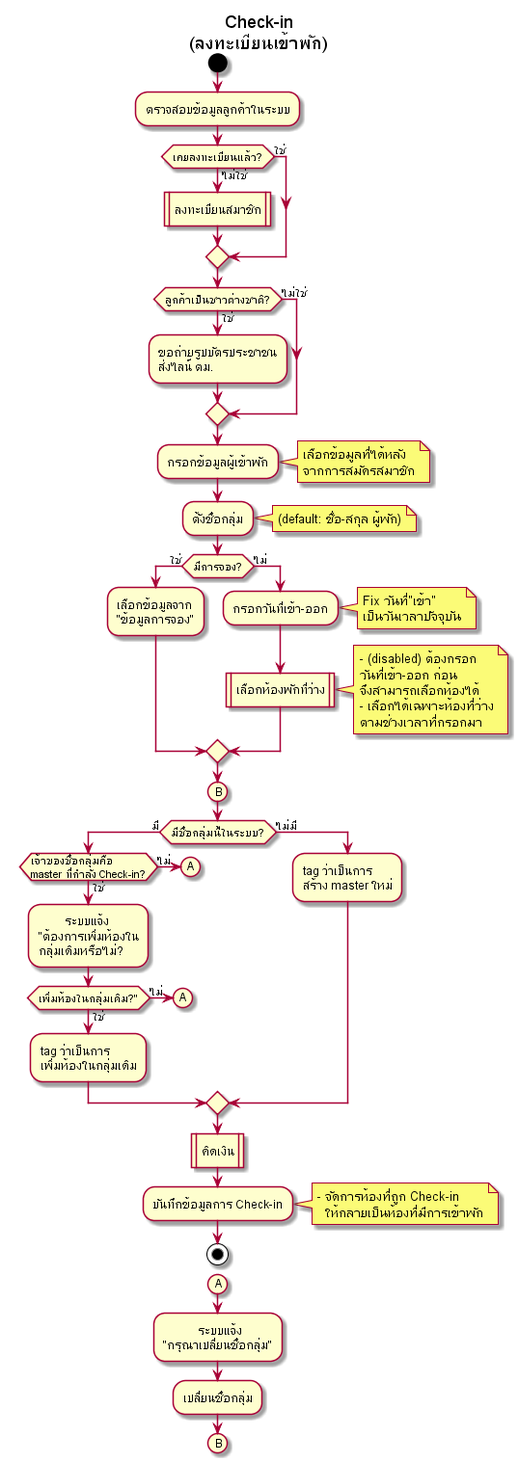
Above: out/activity-diagram/Check-in/Check-in/Check-in(ลงทะเบียนเข้าพัก).png in cheat13/Prompiman_Diagram (PlantUML), before the change.
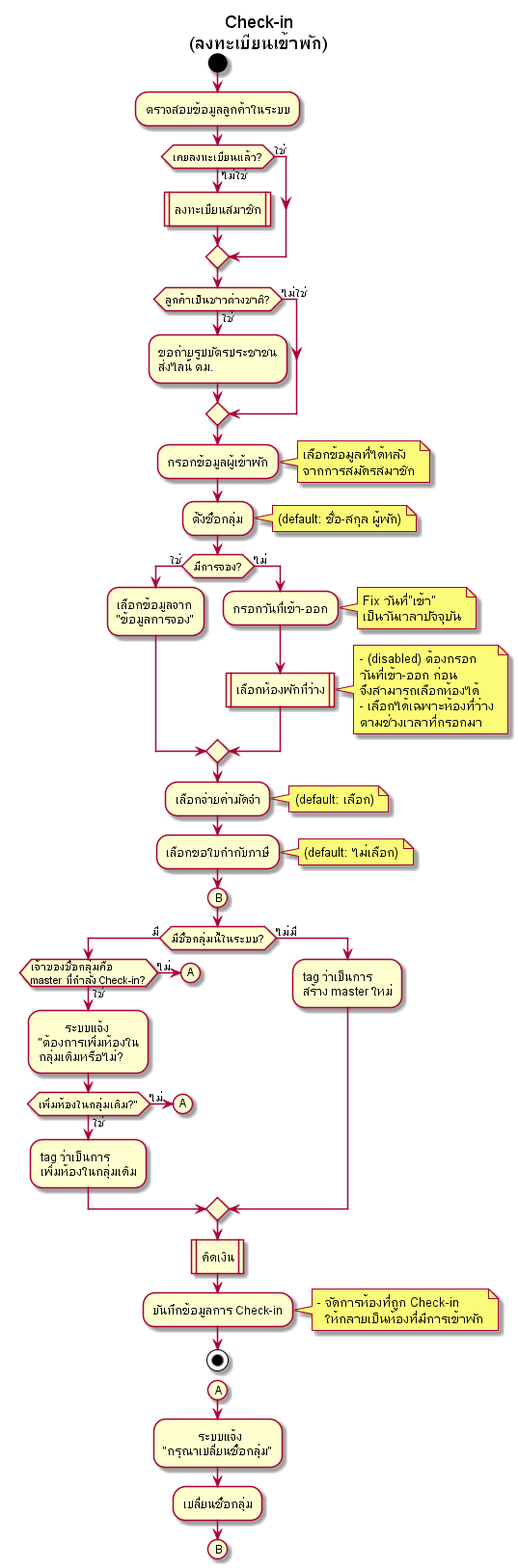
Above is the later version.

Diff of the diagram source:
```diff
@@ -44,6 +44,11 @@
 
 endif
 
+:เลือกจ่ายค่ามัดจำ;
+note right: (default: เลือก)
+:เลือกขอใบกำกับภาษี;
+note right: (default: ไม่เลือก)
+
 (B)
 if (มีชื่อกลุ่มนี้ในระบบ?) then (มี)
     if (เจ้าของชื่อกลุ่มคือ\nmaster ที่กำลัง Check-in?) then (ใช่)
```
